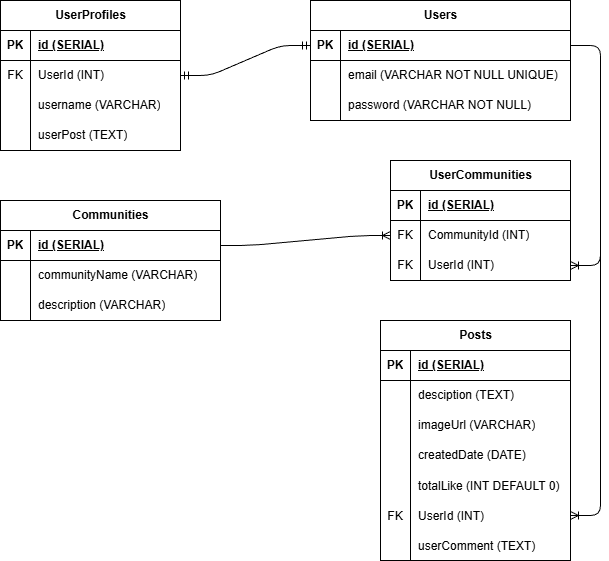
watisdis31/fsjs-p1-pairprogram keeps this draw.io diagram as schema.drawio.png. Above is the earlier version. Source tidied: cells renumbered, new cells last; positions are measured from the earlier drawing's top-left corner, leaving out a move shared by most shapes.
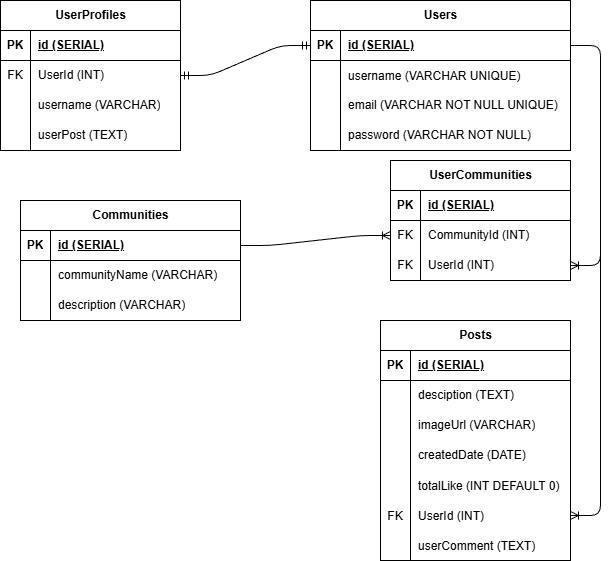
Above is the later version.

Change to the diagram source:
```diff
@@ -3,7 +3,7 @@
     <mxCell id="0" />
     <mxCell id="1" parent="0" />
     <mxCell id="2" value="Users" style="shape=table;startSize=30;rowLines=0;fontStyle=1;align=center;html=1;" parent="1" vertex="1">
-      <mxGeometry x="310" width="260" height="120" as="geometry" />
+      <mxGeometry x="310" width="260" height="150" as="geometry" />
     </mxCell>
     <mxCell id="3" style="shape=tableRow;horizontal=0;startSize=0;swimlaneHead=0;swimlaneBody=0;fillColor=none;points=[[0,0.5],[1,0.5]];portConstraint=eastwest;top=0;left=0;right=0;bottom=1;" parent="2" vertex="1">
       <mxGeometry y="30" width="260" height="30" as="geometry" />
@@ -14,8 +14,17 @@
     <mxCell id="5" value="id (SERIAL)" style="shape=partialRectangle;fillColor=none;top=0;left=0;bottom=0;right=0;align=left;spacingLeft=6;fontStyle=5;overflow=hidden;whiteSpace=wrap;html=1;" parent="3" vertex="1">
       <mxGeometry x="30" width="230" height="30" as="geometry" />
     </mxCell>
+    <mxCell id="72" style="shape=tableRow;horizontal=0;startSize=0;swimlaneHead=0;swimlaneBody=0;fillColor=none;top=0;left=0;right=0;bottom=0;" parent="2" vertex="1">
+      <mxGeometry y="60" width="260" height="30" as="geometry" />
+    </mxCell>
+    <mxCell id="73" style="shape=partialRectangle;fillColor=none;top=0;left=0;bottom=0;right=0;overflow=hidden;" parent="72" vertex="1">
+      <mxGeometry width="30" height="30" as="geometry" />
+    </mxCell>
+    <mxCell id="74" value="username (VARCHAR UNIQUE)" style="shape=partialRectangle;fillColor=none;top=0;left=0;bottom=0;right=0;align=left;spacingLeft=6;overflow=hidden;" parent="72" vertex="1">
+      <mxGeometry x="30" width="230" height="30" as="geometry" />
+    </mxCell>
     <mxCell id="6" style="shape=tableRow;horizontal=0;startSize=0;swimlaneHead=0;swimlaneBody=0;fillColor=none;top=0;left=0;right=0;bottom=0;" parent="2" vertex="1">
-      <mxGeometry y="60" width="260" height="30" as="geometry" />
+      <mxGeometry y="90" width="260" height="30" as="geometry" />
     </mxCell>
     <mxCell id="7" style="shape=partialRectangle;fillColor=none;top=0;left=0;bottom=0;right=0;overflow=hidden;whiteSpace=wrap;html=1;" parent="6" vertex="1">
       <mxGeometry width="30" height="30" as="geometry" />
@@ -24,7 +33,7 @@
       <mxGeometry x="30" width="230" height="30" as="geometry" />
     </mxCell>
     <mxCell id="9" style="shape=tableRow;horizontal=0;startSize=0;swimlaneHead=0;swimlaneBody=0;fillColor=none;top=0;left=0;right=0;bottom=0;" parent="2" vertex="1">
-      <mxGeometry y="90" width="260" height="30" as="geometry" />
+      <mxGeometry y="120" width="260" height="30" as="geometry" />
     </mxCell>
     <mxCell id="10" style="shape=partialRectangle;fillColor=none;top=0;left=0;bottom=0;right=0;overflow=hidden;whiteSpace=wrap;html=1;" parent="9" vertex="1">
       <mxGeometry width="30" height="30" as="geometry" />
```
